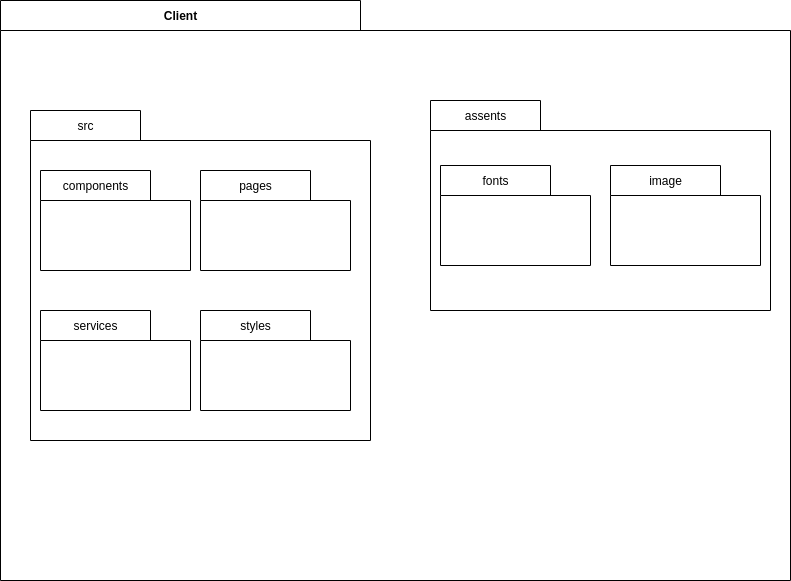
This is docs/assets/images/DiagramaFrontend.png from OrcestraGamificacao/flinqFlo-docs, a draw.io export, as it was before one commit. Source tidied: cells renumbered, new cells last; positions are measured from the earlier drawing's top-left corner, leaving out a move shared by most shapes.
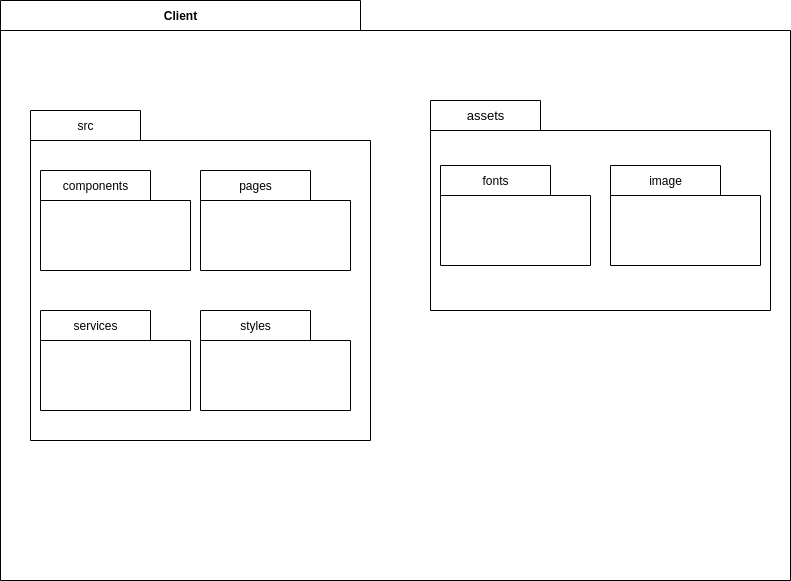
The same diagram one commit later.

Commit message:
Crianção do Diagrama Frontend

Diff of the diagram source:
```diff
@@ -11,7 +11,7 @@
     <mxCell id="4" value="&lt;span style=&quot;font-weight: normal&quot;&gt;components&lt;/span&gt;" style="shape=folder;fontStyle=1;tabWidth=110;tabHeight=30;tabPosition=left;html=1;boundedLbl=1;labelInHeader=1;" parent="1" vertex="1">
       <mxGeometry x="40" y="170" width="150" height="100" as="geometry" />
     </mxCell>
-    <mxCell id="5" value="&lt;span style=&quot;font-weight: normal&quot;&gt;assents&lt;/span&gt;" style="shape=folder;fontStyle=1;tabWidth=110;tabHeight=30;tabPosition=left;html=1;boundedLbl=1;labelInHeader=1;" parent="1" vertex="1">
+    <mxCell id="5" value="&lt;span style=&quot;font-family: &amp;#34;tahoma&amp;#34; , sans-serif , &amp;#34;arial&amp;#34; , &amp;#34;helvetica&amp;#34; ; font-size: 13px ; font-weight: 400 ; background-color: rgb(255 , 255 , 255)&quot;&gt;assets&lt;/span&gt;" style="shape=folder;fontStyle=1;tabWidth=110;tabHeight=30;tabPosition=left;html=1;boundedLbl=1;labelInHeader=1;" parent="1" vertex="1">
       <mxGeometry x="430" y="100" width="340" height="210" as="geometry" />
     </mxCell>
     <mxCell id="6" value="&lt;span style=&quot;font-weight: 400&quot;&gt;fonts&lt;/span&gt;" style="shape=folder;fontStyle=1;tabWidth=110;tabHeight=30;tabPosition=left;html=1;boundedLbl=1;labelInHeader=1;" parent="1" vertex="1">
```
